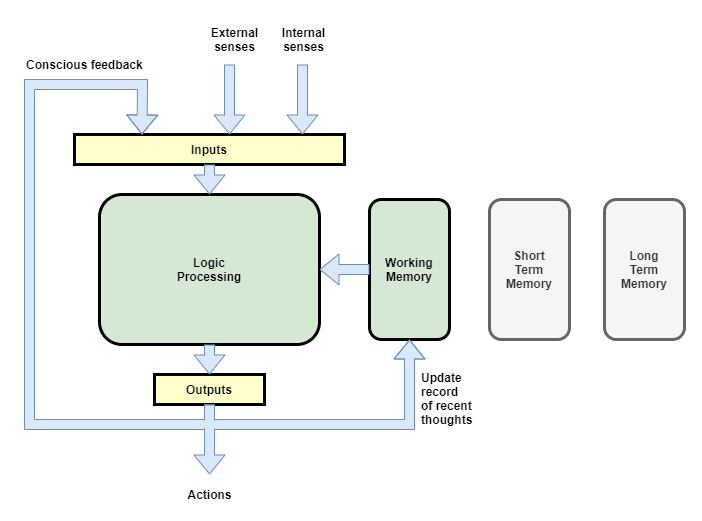
Above: files/A-theory-of-consciousness-v2-state-machine.png in malcolmlett/malcolmlett.github.io (draw.io), before the change. Source tidied: cells renumbered, new cells last; positions are measured from the earlier drawing's top-left corner, leaving out a move shared by most shapes. Its diagram source:
```xml
<mxGraphModel>
  <root>
    <mxCell id="0" />
    <mxCell id="1" parent="0" />
    <mxCell id="2" value="Logic&lt;br&gt;Processing" style="rounded=1;whiteSpace=wrap;html=1;strokeWidth=3;fillColor=#d5e8d4;strokeColor=#000000;fontStyle=1;" parent="1" vertex="1">
      <mxGeometry x="75" y="170" width="220" height="150" as="geometry" />
    </mxCell>
    <mxCell id="3" value="Inputs" style="whiteSpace=wrap;align=center;verticalAlign=middle;fontStyle=1;strokeWidth=3;fillColor=#FFFFCC;" parent="1" vertex="1">
      <mxGeometry x="50" y="110" width="270" height="30" as="geometry" />
    </mxCell>
    <mxCell id="4" value="Working&lt;br&gt;Memory" style="rounded=1;whiteSpace=wrap;html=1;strokeWidth=3;fillColor=#d5e8d4;strokeColor=#000000;fontStyle=1;" parent="1" vertex="1">
      <mxGeometry x="345" y="175" width="80" height="140" as="geometry" />
    </mxCell>
    <mxCell id="5" value="Outputs" style="whiteSpace=wrap;align=center;verticalAlign=middle;fontStyle=1;strokeWidth=3;fillColor=#FFFFCC;" parent="1" vertex="1">
      <mxGeometry x="130" y="350" width="110" height="30" as="geometry" />
    </mxCell>
    <mxCell id="6" style="rounded=0;jettySize=auto;html=1;shape=flexArrow;fillColor=#dae8fc;strokeColor=#6c8ebf;entryX=1;entryY=0.5;entryDx=0;entryDy=0;exitX=0;exitY=0.5;exitDx=0;exitDy=0;" parent="1" edge="1" source="4" target="2">
      <mxGeometry relative="1" as="geometry" />
    </mxCell>
    <mxCell id="7" style="rounded=0;jettySize=auto;html=1;shape=flexArrow;fillColor=#dae8fc;strokeColor=#6c8ebf;entryX=0.5;entryY=0;entryDx=0;entryDy=0;exitX=0.5;exitY=1;exitDx=0;exitDy=0;" parent="1" edge="1" source="3" target="2">
      <mxGeometry relative="1" as="geometry" />
    </mxCell>
    <mxCell id="8" style="rounded=0;jettySize=auto;html=1;shape=flexArrow;fillColor=#dae8fc;strokeColor=#6c8ebf;" parent="1" edge="1" target="5">
      <mxGeometry relative="1" as="geometry">
        <mxPoint x="185" y="320" as="sourcePoint" />
      </mxGeometry>
    </mxCell>
    <mxCell id="9" style="rounded=0;jettySize=auto;html=1;shape=flexArrow;fillColor=#dae8fc;strokeColor=#6c8ebf;exitX=0.5;exitY=1;exitDx=0;exitDy=0;entryX=0.25;entryY=0;entryDx=0;entryDy=0;" parent="1" edge="1" source="5" target="3">
      <mxGeometry relative="1" as="geometry">
        <Array as="points">
          <mxPoint x="185" y="400" />
          <mxPoint x="5" y="400" />
          <mxPoint x="5" y="60" />
          <mxPoint x="118" y="60" />
        </Array>
      </mxGeometry>
    </mxCell>
    <mxCell id="10" style="rounded=0;jettySize=auto;html=1;shape=flexArrow;fillColor=#dae8fc;strokeColor=#6c8ebf;entryX=0.5;entryY=1;entryDx=0;entryDy=0;" parent="1" edge="1" source="5" target="4">
      <mxGeometry relative="1" as="geometry">
        <Array as="points">
          <mxPoint x="185" y="400" />
          <mxPoint x="385" y="400" />
        </Array>
      </mxGeometry>
    </mxCell>
    <mxCell id="11" style="rounded=0;jettySize=auto;html=1;shape=flexArrow;fillColor=#dae8fc;strokeColor=#6c8ebf;" parent="1" edge="1" source="5">
      <mxGeometry relative="1" as="geometry">
        <mxPoint x="185" y="450" as="targetPoint" />
      </mxGeometry>
    </mxCell>
    <mxCell id="12" style="rounded=0;orthogonalLoop=1;jettySize=auto;html=1;shape=flexArrow;fillColor=#dae8fc;strokeColor=#6c8ebf;" parent="1" edge="1">
      <mxGeometry relative="1" as="geometry">
        <mxPoint x="205" y="40" as="sourcePoint" />
        <mxPoint x="205" y="110" as="targetPoint" />
      </mxGeometry>
    </mxCell>
    <mxCell id="13" style="rounded=0;orthogonalLoop=1;jettySize=auto;html=1;shape=flexArrow;fillColor=#dae8fc;strokeColor=#6c8ebf;" parent="1" edge="1">
      <mxGeometry relative="1" as="geometry">
        <mxPoint x="278" y="40" as="sourcePoint" />
        <mxPoint x="278" y="110" as="targetPoint" />
      </mxGeometry>
    </mxCell>
    <mxCell id="14" value="External&lt;br&gt;&lt;div style=&quot;&quot;&gt;&lt;span&gt;senses&lt;/span&gt;&lt;/div&gt;" style="text;html=1;align=center;verticalAlign=middle;fontStyle=1;" parent="1" vertex="1">
      <mxGeometry x="180" width="60" height="30" as="geometry" />
    </mxCell>
    <mxCell id="15" value="Internal&lt;br&gt;&lt;div&gt;&lt;span&gt;senses&lt;/span&gt;&lt;/div&gt;" style="text;html=1;align=center;verticalAlign=middle;fontStyle=1;" parent="1" vertex="1">
      <mxGeometry x="249" width="60" height="30" as="geometry" />
    </mxCell>
    <mxCell id="16" style="rounded=0;whiteSpace=wrap;html=1;align=center;fillColor=#dae8fc;strokeColor=none;" parent="1" vertex="1">
      <mxGeometry x="174" y="396" width="20" height="8" as="geometry" />
    </mxCell>
    <mxCell id="17" value="Update&lt;br&gt;record&lt;br&gt;of recent&lt;br&gt;thoughts" style="text;html=1;align=left;verticalAlign=middle;fontStyle=1;" parent="1" vertex="1">
      <mxGeometry x="395" y="344" width="70" height="60" as="geometry" />
    </mxCell>
    <mxCell id="18" value="Actions" style="text;html=1;align=center;verticalAlign=middle;fontStyle=1;" parent="1" vertex="1">
      <mxGeometry x="155" y="460" width="60" height="20" as="geometry" />
    </mxCell>
    <mxCell id="19" value="Conscious feedback" style="text;html=1;align=left;verticalAlign=middle;fontStyle=1;" parent="1" vertex="1">
      <mxGeometry y="30" width="130" height="20" as="geometry" />
    </mxCell>
    <mxCell id="20" value="Short&lt;br&gt;Term&lt;br&gt;Memory" style="rounded=1;whiteSpace=wrap;html=1;strokeWidth=3;fillColor=#f5f5f5;strokeColor=#666666;fontStyle=1;fontColor=#333333;" parent="1" vertex="1">
      <mxGeometry x="465" y="175" width="80" height="140" as="geometry" />
    </mxCell>
    <mxCell id="21" value="Long&lt;br&gt;Term&lt;br&gt;Memory" style="rounded=1;whiteSpace=wrap;html=1;strokeWidth=3;fillColor=#f5f5f5;strokeColor=#666666;fontStyle=1;fontColor=#333333;" parent="1" vertex="1">
      <mxGeometry x="580" y="175" width="80" height="140" as="geometry" />
    </mxCell>
  </root>
</mxGraphModel>
```
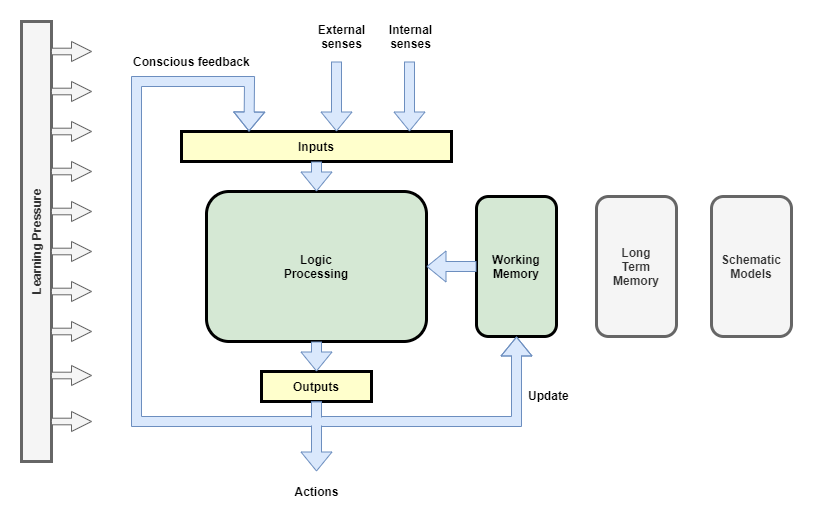
Later version of the same file.

Diff of the diagram source:
```diff
@@ -69,8 +69,8 @@
     <mxCell id="16" style="rounded=0;whiteSpace=wrap;html=1;align=center;fillColor=#dae8fc;strokeColor=none;" parent="1" vertex="1">
       <mxGeometry x="174" y="396" width="20" height="8" as="geometry" />
     </mxCell>
-    <mxCell id="17" value="Update&lt;br&gt;record&lt;br&gt;of recent&lt;br&gt;thoughts" style="text;html=1;align=left;verticalAlign=middle;fontStyle=1;" parent="1" vertex="1">
-      <mxGeometry x="395" y="344" width="70" height="60" as="geometry" />
+    <mxCell id="17" value="Update" style="text;html=1;align=left;verticalAlign=middle;fontStyle=1;" parent="1" vertex="1">
+      <mxGeometry x="395" y="364" width="60" height="20" as="geometry" />
     </mxCell>
     <mxCell id="18" value="Actions" style="text;html=1;align=center;verticalAlign=middle;fontStyle=1;" parent="1" vertex="1">
       <mxGeometry x="155" y="460" width="60" height="20" as="geometry" />
@@ -78,11 +78,44 @@
     <mxCell id="19" value="Conscious feedback" style="text;html=1;align=left;verticalAlign=middle;fontStyle=1;" parent="1" vertex="1">
       <mxGeometry y="30" width="130" height="20" as="geometry" />
     </mxCell>
-    <mxCell id="20" value="Short&lt;br&gt;Term&lt;br&gt;Memory" style="rounded=1;whiteSpace=wrap;html=1;strokeWidth=3;fillColor=#f5f5f5;strokeColor=#666666;fontStyle=1;fontColor=#333333;" parent="1" vertex="1">
+    <mxCell id="20" value="Long&lt;br&gt;Term&lt;br&gt;Memory" style="rounded=1;whiteSpace=wrap;html=1;strokeWidth=3;fillColor=#f5f5f5;strokeColor=#666666;fontStyle=1;fontColor=#333333;" parent="1" vertex="1">
       <mxGeometry x="465" y="175" width="80" height="140" as="geometry" />
     </mxCell>
-    <mxCell id="21" value="Long&lt;br&gt;Term&lt;br&gt;Memory" style="rounded=1;whiteSpace=wrap;html=1;strokeWidth=3;fillColor=#f5f5f5;strokeColor=#666666;fontStyle=1;fontColor=#333333;" parent="1" vertex="1">
+    <mxCell id="21" value="Schematic&lt;br&gt;Models" style="rounded=1;whiteSpace=wrap;html=1;strokeWidth=3;fillColor=#f5f5f5;strokeColor=#666666;fontStyle=1;fontColor=#333333;" parent="1" vertex="1">
       <mxGeometry x="580" y="175" width="80" height="140" as="geometry" />
     </mxCell>
+    <mxCell id="22" value="Learning&amp;nbsp;Pressure" style="rounded=0;whiteSpace=wrap;html=1;strokeWidth=3;fillColor=#f5f5f5;strokeColor=#666666;fontStyle=1;horizontal=0;fontColor=#333333;" parent="1" vertex="1">
+      <mxGeometry x="-110" width="30" height="440" as="geometry" />
+    </mxCell>
+    <mxCell id="23" style="html=1;shadow=0;dashed=0;align=center;verticalAlign=middle;shape=mxgraph.arrows2.arrow;dy=0.67;dx=20;notch=0;fillColor=#f5f5f5;strokeColor=#666666;fontColor=#333333;" parent="1" vertex="1">
+      <mxGeometry x="-80" y="20" width="40" height="20" as="geometry" />
+    </mxCell>
+    <mxCell id="24" style="html=1;shadow=0;dashed=0;align=center;verticalAlign=middle;shape=mxgraph.arrows2.arrow;dy=0.67;dx=20;notch=0;fillColor=#f5f5f5;strokeColor=#666666;fontColor=#333333;" parent="1" vertex="1">
+      <mxGeometry x="-80" y="60" width="40" height="20" as="geometry" />
+    </mxCell>
+    <mxCell id="25" style="html=1;shadow=0;dashed=0;align=center;verticalAlign=middle;shape=mxgraph.arrows2.arrow;dy=0.67;dx=20;notch=0;fillColor=#f5f5f5;strokeColor=#666666;fontColor=#333333;" parent="1" vertex="1">
+      <mxGeometry x="-80" y="100" width="40" height="20" as="geometry" />
+    </mxCell>
+    <mxCell id="26" style="html=1;shadow=0;dashed=0;align=center;verticalAlign=middle;shape=mxgraph.arrows2.arrow;dy=0.67;dx=20;notch=0;fillColor=#f5f5f5;strokeColor=#666666;fontColor=#333333;" parent="1" vertex="1">
+      <mxGeometry x="-80" y="140" width="40" height="20" as="geometry" />
+    </mxCell>
+    <mxCell id="27" style="html=1;shadow=0;dashed=0;align=center;verticalAlign=middle;shape=mxgraph.arrows2.arrow;dy=0.67;dx=20;notch=0;fillColor=#f5f5f5;strokeColor=#666666;fontColor=#333333;" parent="1" vertex="1">
+      <mxGeometry x="-80" y="180" width="40" height="20" as="geometry" />
+    </mxCell>
+    <mxCell id="28" style="html=1;shadow=0;dashed=0;align=center;verticalAlign=middle;shape=mxgraph.arrows2.arrow;dy=0.67;dx=20;notch=0;fillColor=#f5f5f5;strokeColor=#666666;fontColor=#333333;" parent="1" vertex="1">
+      <mxGeometry x="-80" y="220" width="40" height="20" as="geometry" />
+    </mxCell>
+    <mxCell id="29" style="html=1;shadow=0;dashed=0;align=center;verticalAlign=middle;shape=mxgraph.arrows2.arrow;dy=0.67;dx=20;notch=0;fillColor=#f5f5f5;strokeColor=#666666;fontColor=#333333;" parent="1" vertex="1">
+      <mxGeometry x="-80" y="260" width="40" height="20" as="geometry" />
+    </mxCell>
+    <mxCell id="30" style="html=1;shadow=0;dashed=0;align=center;verticalAlign=middle;shape=mxgraph.arrows2.arrow;dy=0.67;dx=20;notch=0;fillColor=#f5f5f5;strokeColor=#666666;fontColor=#333333;" parent="1" vertex="1">
+      <mxGeometry x="-80" y="300" width="40" height="20" as="geometry" />
+    </mxCell>
+    <mxCell id="31" style="html=1;shadow=0;dashed=0;align=center;verticalAlign=middle;shape=mxgraph.arrows2.arrow;dy=0.67;dx=20;notch=0;fillColor=#f5f5f5;strokeColor=#666666;fontColor=#333333;" parent="1" vertex="1">
+      <mxGeometry x="-80" y="344" width="40" height="20" as="geometry" />
+    </mxCell>
+    <mxCell id="32" style="html=1;shadow=0;dashed=0;align=center;verticalAlign=middle;shape=mxgraph.arrows2.arrow;dy=0.67;dx=20;notch=0;fillColor=#f5f5f5;strokeColor=#666666;fontColor=#333333;" parent="1" vertex="1">
+      <mxGeometry x="-80" y="390" width="40" height="20" as="geometry" />
+    </mxCell>
   </root>
 </mxGraphModel>
```
